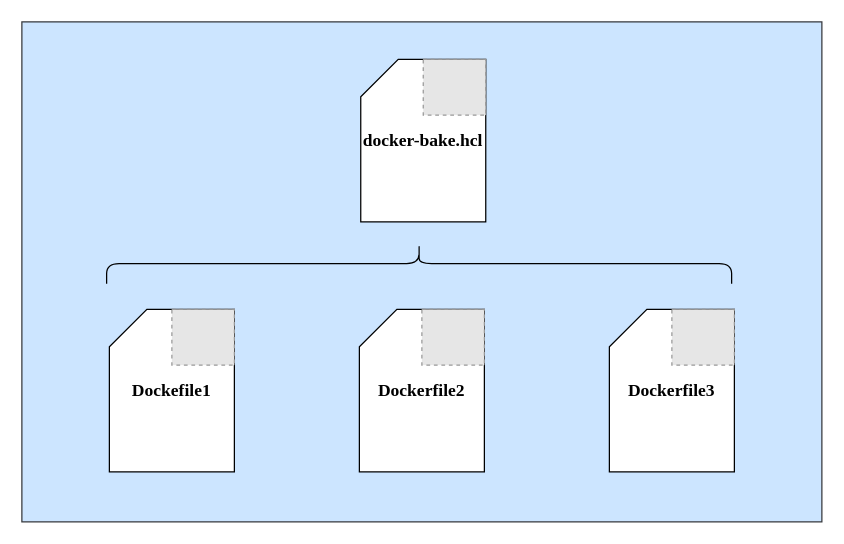
Above: docker-buildx-bake-one-layer.drawio in YanshanSong/draw.io (draw.io), before the change. Source tidied: cells renumbered, new cells numbered last; positions are measured from the earlier drawing's top-left corner, leaving out a move shared by most shapes. Both pictures are drawn from the tidied source at 125%, with x=0, y=0 at pixel (21, -50). Pictures stored in the file or linked from it are replaced by grey dashed boxes.
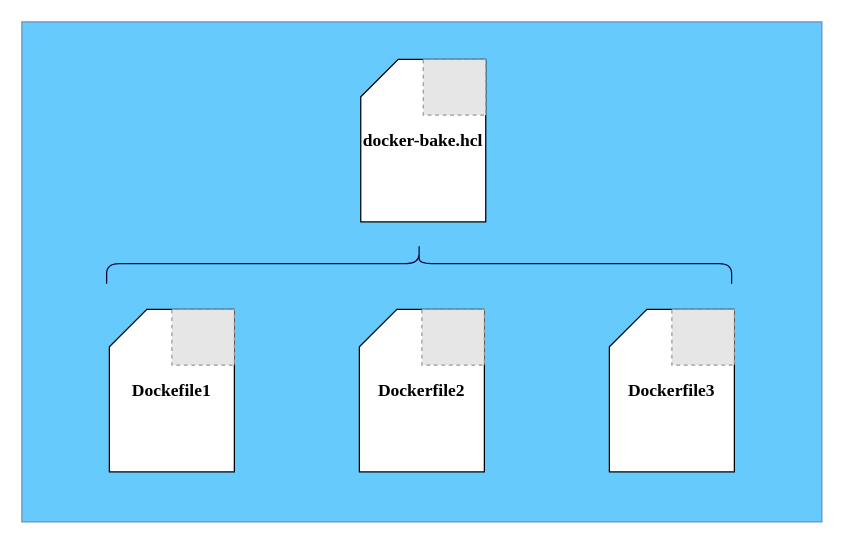
After the change.

The edit, as a diff of the source:
```diff
@@
 <mxGraphModel>
   <root>
     <mxCell id="0" />
     <mxCell id="1" parent="0" />
-    <mxCell id="2" style="rounded=0;whiteSpace=wrap;html=1;fillColor=#cce5ff;strokeColor=#36393d;" parent="1" vertex="1">
+    <mxCell id="2" style="rounded=0;whiteSpace=wrap;html=1;fillColor=#67CAFC;strokeColor=#6c8ebf;" parent="1" vertex="1">
       <mxGeometry y="57" width="640" height="400" as="geometry" />
     </mxCell>
-    <mxCell id="3" value="&lt;h3&gt;&lt;font face=&quot;Times New Roman&quot; style=&quot;line-height: 1.2&quot;&gt;Dockefile1&lt;/font&gt;&lt;/h3&gt;" style="shape=card;whiteSpace=wrap;html=1;" parent="1" vertex="1">
-      <mxGeometry x="70" y="287" width="100" height="130" as="geometry" />
-    </mxCell>
-    <mxCell id="4" value="&lt;h3&gt;&lt;font face=&quot;Times New Roman&quot;&gt;Dockerfile2&lt;/font&gt;&lt;/h3&gt;" style="shape=card;whiteSpace=wrap;html=1;" parent="1" vertex="1">
-      <mxGeometry x="270" y="287" width="100" height="130" as="geometry" />
-    </mxCell>
-    <mxCell id="5" value="&lt;h3&gt;&lt;font face=&quot;Times New Roman&quot;&gt;Dockerfile3&lt;/font&gt;&lt;/h3&gt;" style="shape=card;whiteSpace=wrap;html=1;" parent="1" vertex="1">
-      <mxGeometry x="470" y="287" width="100" height="130" as="geometry" />
-    </mxCell>
-    <mxCell id="6" style="shape=curlyBracket;whiteSpace=wrap;html=1;rounded=1;flipH=1;fontFamily=Times New Roman;rotation=-90;" parent="1" vertex="1">
+    <mxCell id="6" style="shape=curlyBracket;whiteSpace=wrap;html=1;rounded=1;flipH=1;fontFamily=Times New Roman;rotation=-90;fillColor=#f9f7ed;strokeColor=#09053D;" parent="1" vertex="1">
       <mxGeometry x="301.7" y="0.3" width="32.2" height="500" as="geometry" />
     </mxCell>
-    <mxCell id="7" style="fillColor=#E6E6E6;strokeColor=#999999;dashed=1;verticalLabelPosition=bottom;labelBackgroundColor=default;verticalAlign=top;" parent="1" vertex="1">
-      <mxGeometry x="120" y="287" width="50" height="44.6" as="geometry" />
-    </mxCell>
-    <mxCell id="8" style="fillColor=#E6E6E6;strokeColor=#999999;dashed=1;verticalLabelPosition=bottom;labelBackgroundColor=default;verticalAlign=top;" parent="1" vertex="1">
-      <mxGeometry x="320" y="287" width="50" height="44.6" as="geometry" />
-    </mxCell>
-    <mxCell id="9" style="fillColor=#E6E6E6;strokeColor=#999999;dashed=1;verticalLabelPosition=bottom;labelBackgroundColor=default;verticalAlign=top;" parent="1" vertex="1">
-      <mxGeometry x="520" y="287" width="50" height="44.6" as="geometry" />
-    </mxCell>
+    <mxCell id="12" style="group;" parent="1" vertex="1">
+      <mxGeometry x="271.1" y="87" width="100" height="130" as="geometry" />
+    </mxCell>
-    <mxCell id="10" value="&lt;h3&gt;&lt;font face=&quot;Times New Roman&quot;&gt;docker-bake.hcl&lt;/font&gt;&lt;/h3&gt;" style="shape=card;whiteSpace=wrap;html=1;" parent="1" vertex="1">
-      <mxGeometry x="271.1" y="87" width="100" height="130" as="geometry" />
+    <mxCell id="10" value="&lt;h3&gt;&lt;font face=&quot;Times New Roman&quot;&gt;docker-bake.hcl&lt;/font&gt;&lt;/h3&gt;" style="shape=card;whiteSpace=wrap;html=1;" parent="12" vertex="1">
+      <mxGeometry width="100" height="130" as="geometry" />
     </mxCell>
-    <mxCell id="11" style="fillColor=#E6E6E6;strokeColor=#999999;dashed=1;verticalLabelPosition=bottom;labelBackgroundColor=default;verticalAlign=top;" parent="1" vertex="1">
-      <mxGeometry x="321.1" y="87" width="50" height="44.6" as="geometry" />
+    <mxCell id="11" style="fillColor=#E6E6E6;strokeColor=#999999;dashed=1;verticalLabelPosition=bottom;labelBackgroundColor=default;verticalAlign=top;" parent="12" vertex="1">
+      <mxGeometry x="50" width="50" height="44.6" as="geometry" />
     </mxCell>
+    <mxCell id="13" style="group;" parent="1" vertex="1">
+      <mxGeometry x="70" y="287" width="100" height="130" as="geometry" />
+    </mxCell>
+    <mxCell id="3" value="&lt;h3&gt;&lt;font face=&quot;Times New Roman&quot; style=&quot;line-height: 1.2&quot;&gt;Dockefile1&lt;/font&gt;&lt;/h3&gt;" style="shape=card;whiteSpace=wrap;html=1;" parent="13" vertex="1">
+      <mxGeometry width="100" height="130" as="geometry" />
+    </mxCell>
+    <mxCell id="7" style="fillColor=#E6E6E6;strokeColor=#999999;dashed=1;verticalLabelPosition=bottom;labelBackgroundColor=default;verticalAlign=top;" parent="13" vertex="1">
+      <mxGeometry x="50" width="50" height="44.6" as="geometry" />
+    </mxCell>
+    <mxCell id="14" style="group;" parent="1" vertex="1">
+      <mxGeometry x="270" y="287" width="100" height="130" as="geometry" />
+    </mxCell>
+    <mxCell id="4" value="&lt;h3&gt;&lt;font face=&quot;Times New Roman&quot;&gt;Dockerfile2&lt;/font&gt;&lt;/h3&gt;" style="shape=card;whiteSpace=wrap;html=1;" parent="14" vertex="1">
+      <mxGeometry width="100" height="130" as="geometry" />
+    </mxCell>
+    <mxCell id="8" style="fillColor=#E6E6E6;strokeColor=#999999;dashed=1;verticalLabelPosition=bottom;labelBackgroundColor=default;verticalAlign=top;" parent="14" vertex="1">
+      <mxGeometry x="50" width="50" height="44.6" as="geometry" />
+    </mxCell>
+    <mxCell id="15" style="group;" parent="1" vertex="1">
+      <mxGeometry x="470" y="287" width="100" height="130" as="geometry" />
+    </mxCell>
+    <mxCell id="5" value="&lt;h3&gt;&lt;font face=&quot;Times New Roman&quot;&gt;Dockerfile3&lt;/font&gt;&lt;/h3&gt;" style="shape=card;whiteSpace=wrap;html=1;" parent="15" vertex="1">
+      <mxGeometry width="100" height="130" as="geometry" />
+    </mxCell>
+    <mxCell id="9" style="fillColor=#E6E6E6;strokeColor=#999999;dashed=1;verticalLabelPosition=bottom;labelBackgroundColor=default;verticalAlign=top;" parent="15" vertex="1">
+      <mxGeometry x="50" width="50" height="44.6" as="geometry" />
+    </mxCell>
   </root>
 </mxGraphModel>
```
